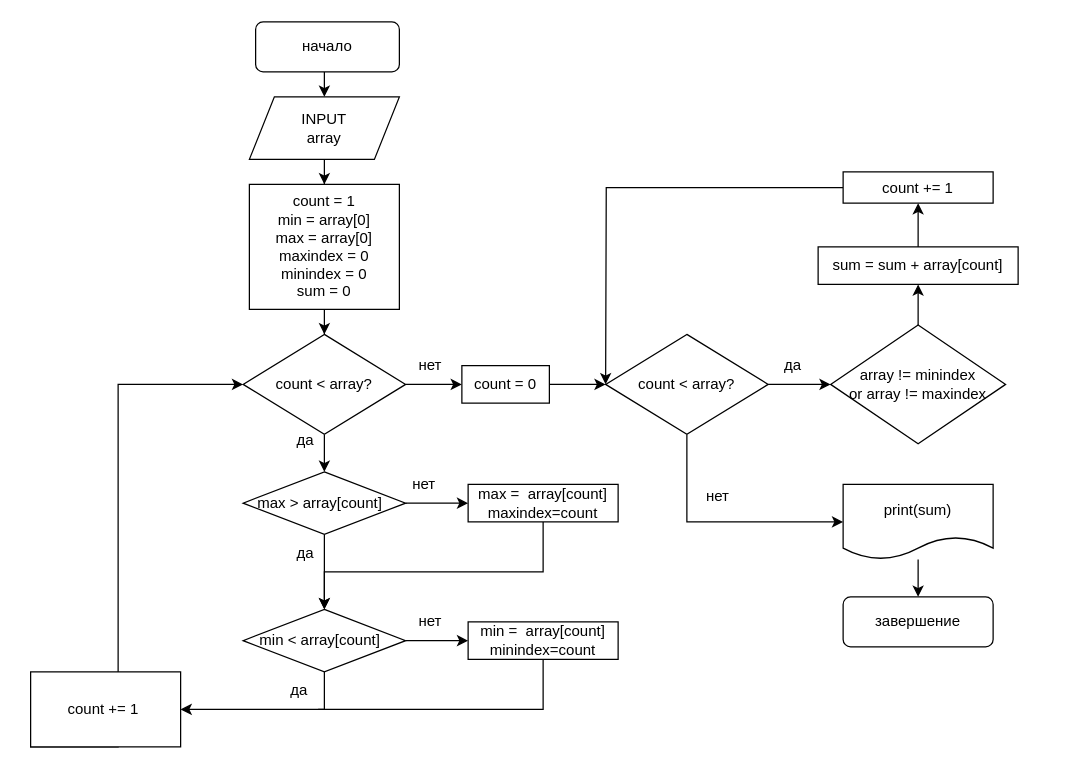
This is page "урок2 №3" (4 of 5) of Untitled Diagram.drawio from posthak/python, a draw.io file, before an edit. Source tidied: cells renumbered, new cells numbered last; positions are measured from the earlier drawing's top-left corner, leaving out a move shared by most shapes. Both pictures are drawn from the tidied source at 125%, with x=0, y=0 at pixel (30, 21).
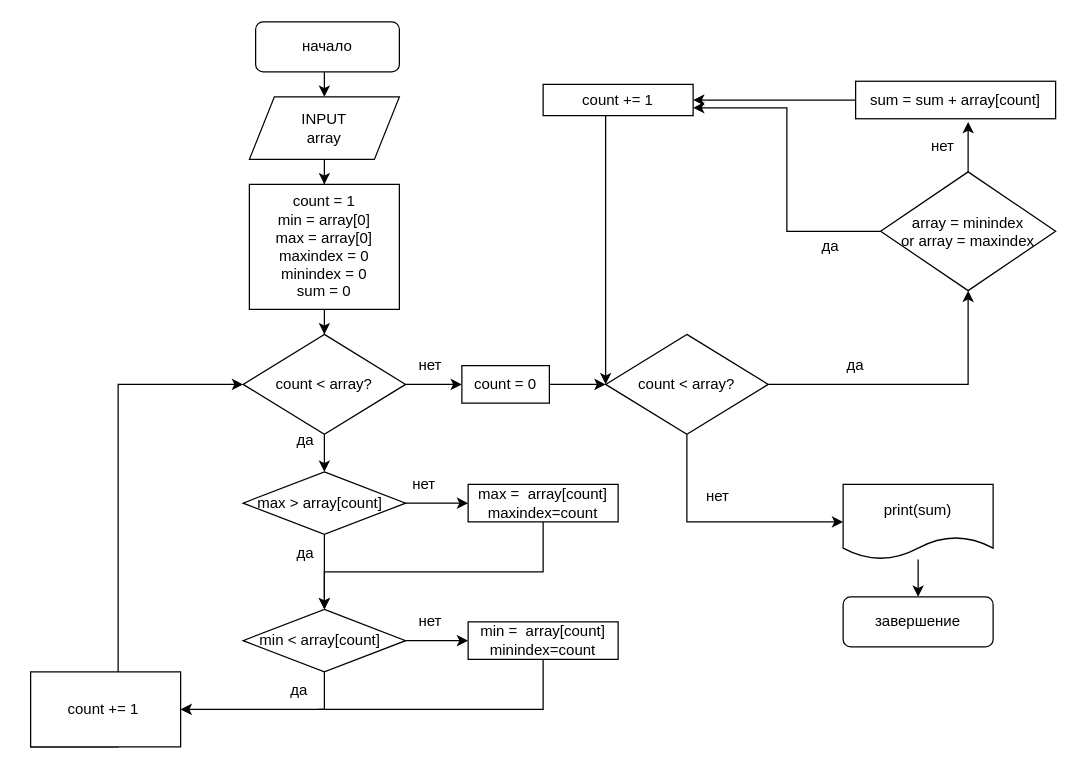
After the change.

The change refers to these unchanged cells:
```xml
<mxCell id="34" value="count &amp;lt;&amp;nbsp;array?" style="rhombus;whiteSpace=wrap;html=1;fontSize=12;fontColor=#000000;" parent="1" vertex="1">
  <mxGeometry x="460" y="250" width="130" height="80" as="geometry" />
</mxCell>
```

What changed in the source:
```diff
@@
-    <mxCell id="33" style="edgeStyle=orthogonalEdgeStyle;rounded=0;jettySize=auto;html=1;entryX=0;entryY=0.5;entryDx=0;entryDy=0;" parent="1" edge="1" source="34" target="38">
+    <mxCell id="33" style="edgeStyle=orthogonalEdgeStyle;rounded=0;jettySize=auto;html=1;entryX=0.5;entryY=1;entryDx=0;entryDy=0;" parent="1" edge="1" source="34" target="38">
       <mxGeometry relative="1" as="geometry" />
     </mxCell>
@@
-    <mxCell id="37" style="edgeStyle=orthogonalEdgeStyle;rounded=0;jettySize=auto;html=1;entryX=0.5;entryY=1;entryDx=0;entryDy=0;" parent="1" edge="1" source="38" target="40">
-      <mxGeometry relative="1" as="geometry" />
-    </mxCell>
+    <mxCell id="45" style="edgeStyle=orthogonalEdgeStyle;rounded=0;jettySize=auto;html=1;" parent="1" edge="1" source="38">
+      <mxGeometry relative="1" as="geometry">
+        <mxPoint x="750" y="80" as="targetPoint" />
+      </mxGeometry>
+    </mxCell>
+    <mxCell id="46" style="edgeStyle=orthogonalEdgeStyle;rounded=0;jettySize=auto;html=1;entryX=1;entryY=0.75;entryDx=0;entryDy=0;" parent="1" edge="1" source="38" target="44">
+      <mxGeometry relative="1" as="geometry" />
+    </mxCell>
-    <mxCell id="38" value="array != minindex &lt;br&gt;or array != maxindex" style="rhombus;whiteSpace=wrap;html=1;fontSize=12;fontColor=#000000;" parent="1" vertex="1">
-      <mxGeometry x="640" y="242.5" width="140" height="95" as="geometry" />
+    <mxCell id="38" value="array = minindex &lt;br&gt;or array = maxindex" style="rhombus;whiteSpace=wrap;html=1;fontSize=12;fontColor=#000000;" parent="1" vertex="1">
+      <mxGeometry x="680" y="120" width="140" height="95" as="geometry" />
     </mxCell>
@@
     <mxCell id="40" value="sum = sum + array[count]" style="whiteSpace=wrap;html=1;fontColor=#000000;" parent="1" vertex="1">
-      <mxGeometry x="630" y="180" width="160" height="30" as="geometry" />
+      <mxGeometry x="660" y="47.5" width="160" height="30" as="geometry" />
     </mxCell>
@@
     <mxCell id="42" value="да" style="text;html=1;strokeColor=none;fillColor=none;align=center;verticalAlign=middle;whiteSpace=wrap;rounded=0;" parent="1" vertex="1">
-      <mxGeometry x="590" y="260" width="40" height="30" as="geometry" />
+      <mxGeometry x="640" y="260" width="40" height="30" as="geometry" />
     </mxCell>
     <mxCell id="43" style="edgeStyle=orthogonalEdgeStyle;rounded=0;jettySize=auto;html=1;" parent="1" edge="1" source="44">
       <mxGeometry relative="1" as="geometry">
         <mxPoint x="460" y="290" as="targetPoint" />
+        <Array as="points">
+          <mxPoint x="460" y="110" />
+          <mxPoint x="460" y="110" />
+        </Array>
       </mxGeometry>
     </mxCell>
     <mxCell id="44" value="count += 1" style="whiteSpace=wrap;html=1;fontColor=#000000;" parent="1" vertex="1">
-      <mxGeometry x="650" y="120" width="120" height="25" as="geometry" />
+      <mxGeometry x="410" y="50" width="120" height="25" as="geometry" />
     </mxCell>
+    <mxCell id="47" value="да" style="text;html=1;strokeColor=none;fillColor=none;align=center;verticalAlign=middle;whiteSpace=wrap;rounded=0;" parent="1" vertex="1">
+      <mxGeometry x="620" y="165" width="40" height="30" as="geometry" />
+    </mxCell>
+    <mxCell id="48" value="нет" style="text;html=1;strokeColor=none;fillColor=none;align=center;verticalAlign=middle;whiteSpace=wrap;rounded=0;" parent="1" vertex="1">
+      <mxGeometry x="710" y="90" width="40" height="20" as="geometry" />
+    </mxCell>
```
